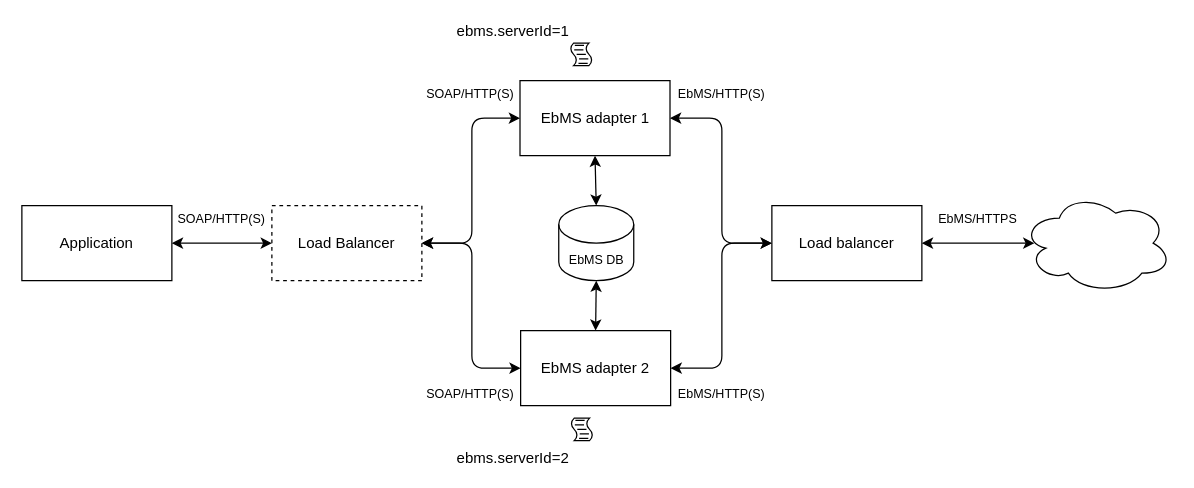
Above: assets/images/src/ebms-scaling-advanced.drawio in eluinstra/ebms-admin (draw.io), before the change. Source tidied: cells renumbered, new cells numbered last; positions are measured from the earlier drawing's top-left corner, leaving out a move shared by most shapes. Both pictures are drawn from the tidied source at 125%, with x=0, y=0 at pixel (21, 42).
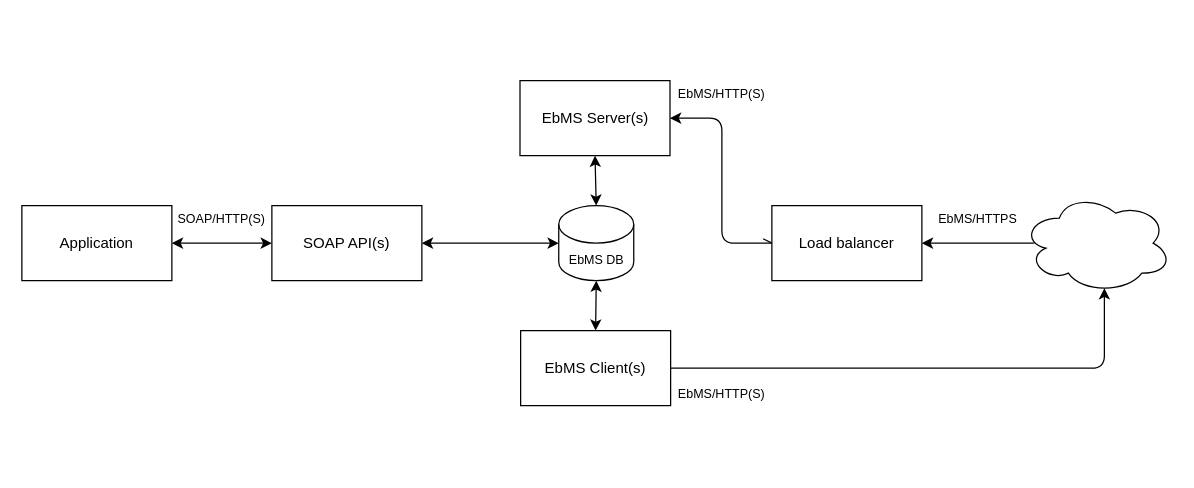
The same page after the edit.

Unchanged cells that the change refers to:
```xml
<mxCell id="2" style="ellipse;shape=cloud;whiteSpace=wrap;html=1;" parent="1" vertex="1">
  <mxGeometry x="800" y="120" width="120" height="80" as="geometry" />
</mxCell>
<mxCell id="14" value="Load balancer" style="rounded=0;whiteSpace=wrap;html=1;" parent="1" vertex="1">
  <mxGeometry x="600" y="130" width="120" height="60" as="geometry" />
</mxCell>
<mxCell id="22" value="EbMS DB" style="shape=cylinder3;whiteSpace=wrap;html=1;boundedLbl=1;backgroundOutline=1;size=15;fillColor=#ffffff;align=center;fontSize=10;" parent="1" vertex="1">
  <mxGeometry x="429.5" y="130" width="60" height="60" as="geometry" />
</mxCell>
```

What changed in the source:
```diff
@@
-    <mxCell id="3" value="EbMS adapter 1" style="rounded=0;whiteSpace=wrap;html=1;" parent="1" vertex="1">
+    <mxCell id="3" value="EbMS Server(s)" style="rounded=0;whiteSpace=wrap;html=1;" parent="1" vertex="1">
       <mxGeometry x="398.5" y="30" width="120" height="60" as="geometry" />
     </mxCell>
-    <mxCell id="4" value="Load Balancer" style="rounded=0;whiteSpace=wrap;html=1;dashed=1;" parent="1" vertex="1">
+    <mxCell id="4" value="SOAP API(s)" style="rounded=0;whiteSpace=wrap;html=1;" parent="1" vertex="1">
       <mxGeometry x="200" y="130" width="120" height="60" as="geometry" />
     </mxCell>
-    <mxCell id="5" style="endArrow=classic;startArrow=classic;html=1;exitX=1;exitY=0.5;exitDx=0;exitDy=0;entryX=0;entryY=0.5;entryDx=0;entryDy=0;" parent="1" edge="1" source="3" target="14">
+    <mxCell id="5" style="endArrow=openAsync;startArrow=classic;html=1;exitX=1;exitY=0.5;exitDx=0;exitDy=0;entryX=0;entryY=0.5;entryDx=0;entryDy=0;endFill=0;" parent="1" edge="1" source="3" target="14">
       <mxGeometry relative="1" as="geometry">
         <Array as="points">
           <mxPoint x="560" y="60" />
           <mxPoint x="560" y="160" />
         </Array>
       </mxGeometry>
     </mxCell>
-    <mxCell id="6" style="endArrow=classic;startArrow=classic;html=1;entryX=0;entryY=0.5;entryDx=0;entryDy=0;exitX=1;exitY=0.5;exitDx=0;exitDy=0;" parent="1" edge="1" source="4" target="3">
-      <mxGeometry relative="1" as="geometry">
-        <Array as="points">
-          <mxPoint x="360" y="160" />
-          <mxPoint x="360" y="60" />
-        </Array>
-      </mxGeometry>
-    </mxCell>
@@
-    <mxCell id="8" value="SOAP/HTTP(S)" style="text;html=1;strokeColor=none;fillColor=none;align=center;verticalAlign=middle;whiteSpace=wrap;rounded=0;fontSize=10;" parent="1" vertex="1">
-      <mxGeometry x="338.5" y="30" width="40" height="20" as="geometry" />
-    </mxCell>
-    <mxCell id="9" value="EbMS adapter 2" style="rounded=0;whiteSpace=wrap;html=1;" parent="1" vertex="1">
+    <mxCell id="9" value="EbMS Client(s)" style="rounded=0;whiteSpace=wrap;html=1;" parent="1" vertex="1">
       <mxGeometry x="399" y="230" width="120" height="60" as="geometry" />
     </mxCell>
-    <mxCell id="10" style="endArrow=classic;startArrow=classic;html=1;exitX=1;exitY=0.5;exitDx=0;exitDy=0;entryX=0;entryY=0.5;entryDx=0;entryDy=0;" parent="1" edge="1" source="4" target="9">
-      <mxGeometry relative="1" as="geometry">
-        <Array as="points">
-          <mxPoint x="360" y="160" />
-          <mxPoint x="360" y="260" />
-        </Array>
-      </mxGeometry>
-    </mxCell>
-    <mxCell id="11" style="endArrow=classic;startArrow=classic;html=1;entryX=0;entryY=0.5;entryDx=0;entryDy=0;exitX=1;exitY=0.5;exitDx=0;exitDy=0;" parent="1" edge="1" source="9" target="14">
+    <mxCell id="11" style="endArrow=classic;startArrow=none;html=1;entryX=0.55;entryY=0.95;entryDx=0;entryDy=0;exitX=1;exitY=0.5;exitDx=0;exitDy=0;startFill=0;entryPerimeter=0;" parent="1" edge="1" source="9" target="2">
       <mxGeometry relative="1" as="geometry">
         <Array as="points">
-          <mxPoint x="560" y="260" />
-          <mxPoint x="560" y="160" />
+          <mxPoint x="866" y="260" />
         </Array>
       </mxGeometry>
     </mxCell>
-    <mxCell id="12" value="ebms.serverId=1" style="shape=mxgraph.bpmn.script_task;html=1;labelPosition=left;verticalLabelPosition=top;align=right;verticalAlign=bottom;" parent="1" vertex="1">
-      <mxGeometry x="438.5" width="18" height="18" as="geometry" />
-    </mxCell>
-    <mxCell id="13" value="ebms.serverId=2" style="shape=mxgraph.bpmn.script_task;html=1;labelPosition=left;verticalLabelPosition=bottom;align=right;verticalAlign=top;" parent="1" vertex="1">
-      <mxGeometry x="439" y="300" width="18" height="18" as="geometry" />
-    </mxCell>
@@
-    <mxCell id="15" style="endArrow=classic;startArrow=classic;html=1;exitX=1;exitY=0.5;exitDx=0;exitDy=0;" parent="1" edge="1" source="14">
+    <mxCell id="15" style="endArrow=none;startArrow=classic;html=1;exitX=1;exitY=0.5;exitDx=0;exitDy=0;endFill=0;" parent="1" edge="1" source="14">
       <mxGeometry relative="1" as="geometry">
         <mxPoint x="810" y="160" as="targetPoint" />
       </mxGeometry>
     </mxCell>
@@
-    <mxCell id="20" value="SOAP/HTTP(S)" style="text;html=1;strokeColor=none;fillColor=none;align=center;verticalAlign=middle;whiteSpace=wrap;rounded=0;fontSize=10;" parent="1" vertex="1">
-      <mxGeometry x="339" y="270" width="40" height="20" as="geometry" />
-    </mxCell>
@@
+    <mxCell id="25" style="endArrow=classic;startArrow=classic;html=1;fontSize=10;exitX=1;exitY=0.5;exitDx=0;exitDy=0;entryX=0;entryY=0.5;entryDx=0;entryDy=0;entryPerimeter=0;" parent="1" edge="1" source="4" target="22">
+      <mxGeometry relative="1" as="geometry" />
+    </mxCell>
```
